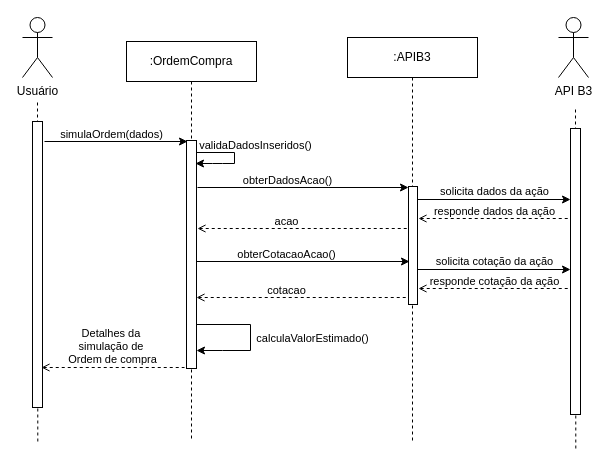
gb-cs-rt/home_broker keeps this draw.io diagram as diagrama_sequencia/Diagrama_Sequencia_UC07.drawio. Above is the earlier version. Source tidied: cells renumbered, new cells numbered last; positions are measured from the earlier drawing's top-left corner, leaving out a move shared by most shapes. Both pictures are drawn from the tidied source at 100%, with x=0, y=0 at pixel (22, 17).
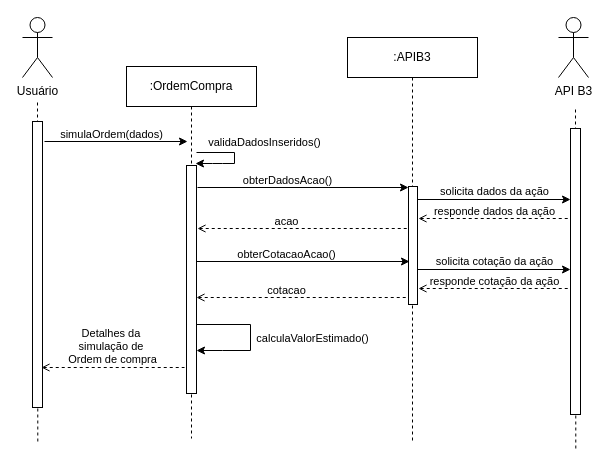
The same page after the edit.

The change refers to these unchanged cells:
```xml
<mxCell id="13" style="endArrow=classic;html=1;rounded=0;" parent="1" edge="1">
  <mxGeometry relative="1" as="geometry">
    <mxPoint x="174" y="135" as="sourcePoint" />
    <mxPoint x="173" y="146" as="targetPoint" />
    <Array as="points">
      <mxPoint x="212" y="135" />
      <mxPoint x="212" y="146" />
      <mxPoint x="200" y="146" />
      <mxPoint x="190" y="146" />
    </Array>
  </mxGeometry>
</mxCell>
```

Change to the diagram source:
```diff
@@
     <mxCell id="9" value=":OrdemCompra" style="shape=umlLifeline;perimeter=lifelinePerimeter;whiteSpace=wrap;html=1;newEdgeStyle={&quot;curved&quot;:0,&quot;rounded&quot;:0};" parent="1" vertex="1">
-      <mxGeometry x="104" y="24" width="130" height="397" as="geometry" />
+      <mxGeometry x="104" y="49" width="130" height="372" as="geometry" />
     </mxCell>
@@
-    <mxCell id="14" value="validaDadosInseridos()" style="edgeLabel;html=1;align=center;verticalAlign=middle;" parent="13" vertex="1">
+    <mxCell id="14" value="validaDadosInseridos()" style="edgeLabel;html=1;align=center;verticalAlign=middle;rotation=0;" parent="13" vertex="1">
       <mxGeometry x="-0.41" y="-1" relative="1" as="geometry">
-        <mxPoint x="32" y="-9" as="offset" />
+        <mxPoint x="41" y="-12" as="offset" />
       </mxGeometry>
     </mxCell>
```
